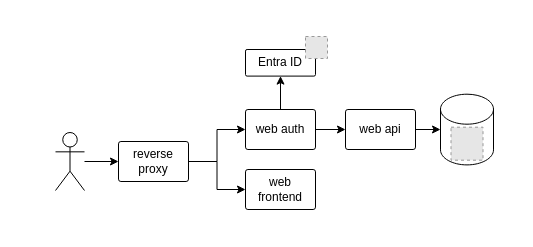
ucl-arc-tre/portal keeps this draw.io diagram as docs/media/architecture.drawio. Above is the earlier version. Source tidied: cells renumbered, new cells numbered last; positions are measured from the earlier drawing's top-left corner, leaving out a move shared by most shapes. Both pictures are drawn from the tidied source at 100%, with x=0, y=0 at pixel (55, 36). Pictures stored in the file or linked from it are replaced by grey dashed boxes.
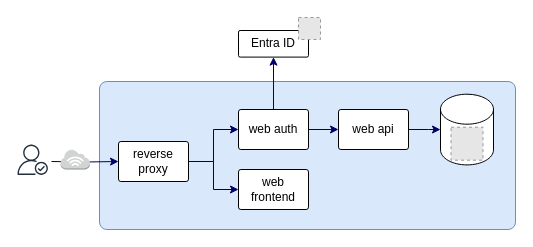
The same diagram, later.

What changed in the source:
```diff
@@
 <mxGraphModel>
   <root>
     <mxCell id="0" />
     <mxCell id="1" parent="0" />
+    <mxCell id="17" style="rounded=1;whiteSpace=wrap;html=1;arcSize=5;fillColor=#dae8fc;strokeColor=#6c8ebf;" parent="1" vertex="1">
+      <mxGeometry x="44" y="45" width="416" height="148" as="geometry" />
+    </mxCell>
     <mxCell id="2" value="Entra ID" style="rounded=1;whiteSpace=wrap;html=1;arcSize=6;" parent="1" vertex="1">
-      <mxGeometry x="190" y="13" width="70" height="26.6" as="geometry" />
+      <mxGeometry x="183" y="-6" width="70" height="26.6" as="geometry" />
     </mxCell>
     <mxCell id="3" style="fillColor=#E6E6E6;strokeColor=#999999;dashed=1;verticalLabelPosition=bottom;labelBackgroundColor=default;verticalAlign=top;" parent="1" vertex="1">
-      <mxGeometry x="250" width="22" height="22" as="geometry" />
+      <mxGeometry x="243" y="-19" width="22" height="22" as="geometry" />
     </mxCell>
-    <mxCell id="4" style="edgeStyle=orthogonalEdgeStyle;rounded=0;jettySize=auto;html=1;entryX=0;entryY=0.5;entryDx=0;entryDy=0;" parent="1" edge="1" source="5" target="8">
-      <mxGeometry relative="1" as="geometry" />
+    <mxCell id="4" style="edgeStyle=orthogonalEdgeStyle;rounded=0;jettySize=auto;html=1;entryX=0;entryY=0.5;entryDx=0;entryDy=0;strokeColor=#000066;" parent="1" edge="1" target="8">
+      <mxGeometry relative="1" as="geometry">
+        <mxPoint x="-4" y="125" as="sourcePoint" />
+      </mxGeometry>
     </mxCell>
-    <mxCell id="5" style="shape=umlActor;verticalLabelPosition=bottom;verticalAlign=top;html=1;outlineConnect=0;" parent="1" vertex="1">
-      <mxGeometry y="96" width="29" height="58" as="geometry" />
-    </mxCell>
-    <mxCell id="6" style="edgeStyle=orthogonalEdgeStyle;rounded=0;jettySize=auto;html=1;" parent="1" edge="1" source="8" target="9">
+    <mxCell id="6" style="edgeStyle=orthogonalEdgeStyle;rounded=0;jettySize=auto;html=1;strokeColor=#000066;" parent="1" edge="1" source="8" target="9">
       <mxGeometry relative="1" as="geometry" />
     </mxCell>
-    <mxCell id="7" style="edgeStyle=orthogonalEdgeStyle;rounded=0;jettySize=auto;html=1;entryX=0;entryY=0.5;entryDx=0;entryDy=0;" parent="1" edge="1" source="8" target="13">
+    <mxCell id="7" style="edgeStyle=orthogonalEdgeStyle;rounded=0;jettySize=auto;html=1;entryX=0;entryY=0.5;entryDx=0;entryDy=0;strokeColor=#000066;" parent="1" edge="1" source="8" target="13">
       <mxGeometry relative="1" as="geometry" />
     </mxCell>
     <mxCell id="8" value="reverse proxy" style="rounded=1;whiteSpace=wrap;html=1;arcSize=6;" parent="1" vertex="1">
       <mxGeometry x="63" y="105" width="70" height="40" as="geometry" />
     </mxCell>
     <mxCell id="9" value="web frontend" style="rounded=1;whiteSpace=wrap;html=1;arcSize=6;" parent="1" vertex="1">
-      <mxGeometry x="190" y="133" width="70" height="40" as="geometry" />
+      <mxGeometry x="183" y="133" width="70" height="40" as="geometry" />
     </mxCell>
     <mxCell id="10" value="web api" style="rounded=1;whiteSpace=wrap;html=1;arcSize=6;" parent="1" vertex="1">
-      <mxGeometry x="290" y="73" width="70" height="40" as="geometry" />
+      <mxGeometry x="283" y="73" width="70" height="40" as="geometry" />
     </mxCell>
-    <mxCell id="11" style="edgeStyle=orthogonalEdgeStyle;rounded=0;jettySize=auto;html=1;" parent="1" edge="1" source="13" target="10">
+    <mxCell id="11" style="edgeStyle=orthogonalEdgeStyle;rounded=0;jettySize=auto;html=1;strokeColor=#000066;" parent="1" edge="1" source="13" target="10">
       <mxGeometry relative="1" as="geometry" />
     </mxCell>
-    <mxCell id="12" style="edgeStyle=orthogonalEdgeStyle;rounded=0;jettySize=auto;html=1;entryX=0.5;entryY=1;entryDx=0;entryDy=0;" parent="1" edge="1" source="13" target="2">
+    <mxCell id="12" style="edgeStyle=orthogonalEdgeStyle;rounded=0;jettySize=auto;html=1;entryX=0.5;entryY=1;entryDx=0;entryDy=0;strokeColor=#000066;" parent="1" edge="1" source="13" target="2">
       <mxGeometry relative="1" as="geometry" />
     </mxCell>
     <mxCell id="13" value="web auth" style="rounded=1;whiteSpace=wrap;html=1;arcSize=6;" parent="1" vertex="1">
-      <mxGeometry x="190" y="73" width="70" height="40" as="geometry" />
+      <mxGeometry x="183" y="73" width="70" height="40" as="geometry" />
     </mxCell>
     <mxCell id="14" style="shape=cylinder3;whiteSpace=wrap;html=1;boundedLbl=1;backgroundOutline=1;size=15;" parent="1" vertex="1">
       <mxGeometry x="385" y="57.7" width="53" height="70.7" as="geometry" />
     </mxCell>
     <mxCell id="15" style="fillColor=#E6E6E6;strokeColor=#999999;dashed=1;verticalLabelPosition=bottom;labelBackgroundColor=default;verticalAlign=top;" parent="1" vertex="1">
       <mxGeometry x="395.5" y="90.7" width="32" height="33" as="geometry" />
     </mxCell>
-    <mxCell id="16" style="edgeStyle=orthogonalEdgeStyle;rounded=0;jettySize=auto;html=1;entryX=0;entryY=0.5;entryDx=0;entryDy=0;entryPerimeter=0;" parent="1" edge="1" source="10" target="14">
+    <mxCell id="16" style="edgeStyle=orthogonalEdgeStyle;rounded=0;jettySize=auto;html=1;entryX=0;entryY=0.5;entryDx=0;entryDy=0;entryPerimeter=0;strokeColor=#000066;" parent="1" edge="1" source="10" target="14">
       <mxGeometry relative="1" as="geometry" />
     </mxCell>
+    <mxCell id="18" style="dashed=0;verticalLabelPosition=bottom;verticalAlign=top;align=center;html=1;shape=mxgraph.aws3.internet_3;fillColor=#D2D3D3;gradientColor=none;" parent="1" vertex="1">
+      <mxGeometry x="5" y="113" width="29.5" height="20" as="geometry" />
+    </mxCell>
+    <mxCell id="19" style="sketch=0;fontColor=#232F3E;gradientColor=none;fillColor=#232F3D;strokeColor=none;dashed=0;verticalLabelPosition=bottom;verticalAlign=top;align=center;html=1;fontSize=12;fontStyle=0;shape=mxgraph.aws4.authenticated_user;" parent="1" vertex="1">
+      <mxGeometry x="-38" y="108" width="30.4" height="30.4" as="geometry" />
+    </mxCell>
   </root>
 </mxGraphModel>
```
